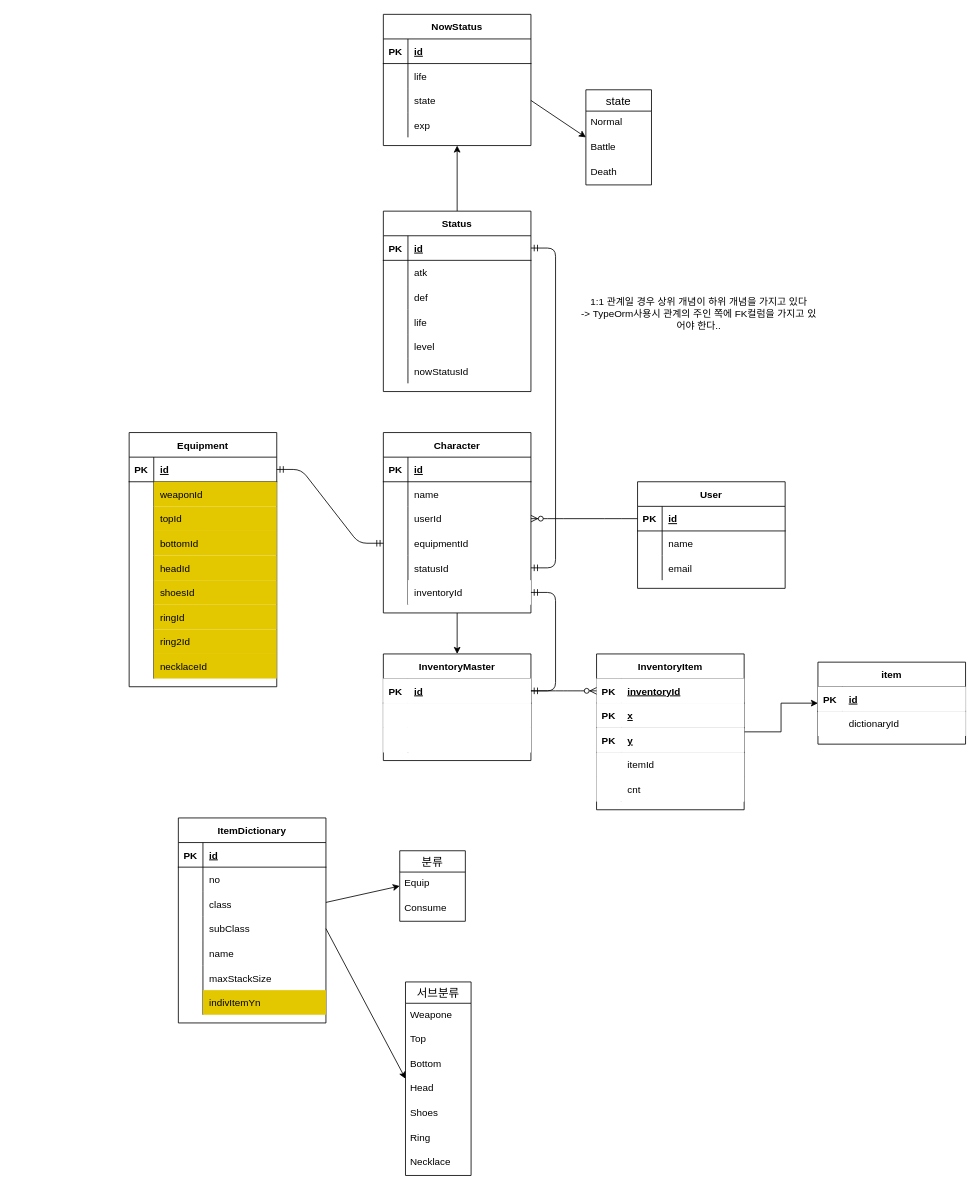
This is page "테이블" (2 of 2) of doc/설계_마인드맵.drawio from tjsahr0099/dev, a draw.io file, before an edit. Source tidied: cells renumbered, new cells numbered last; positions are measured from the earlier drawing's top-left corner, leaving out a move shared by most shapes. Both pictures are drawn from the tidied source at 82%, with x=0, y=0 at pixel (129, 14).
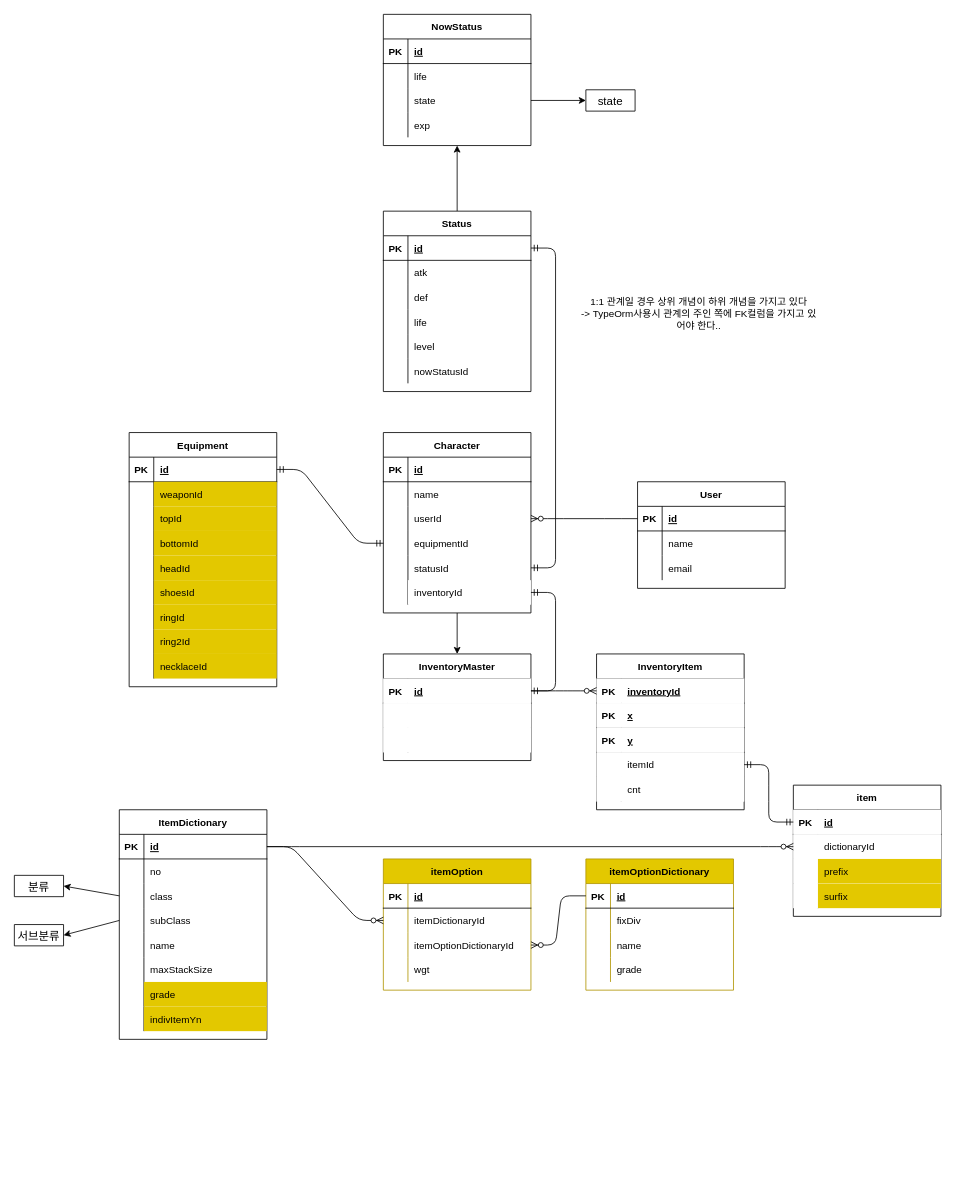
The same page after the edit.

Unchanged cells that the change refers to:
```xml
<mxCell id="113" value="InventoryItem" style="shape=table;startSize=30;childLayout=tableLayout;rowLines=0;fontStyle=1;align=center;" parent="1" vertex="1">
  <mxGeometry x="570" y="780" width="180" height="190" as="geometry" />
</mxCell>
<mxCell id="123" style="shape=partialRectangle;top=0;left=0;bottom=0;right=0;points=[[0,0.5],[1,0.5]];portConstraint=eastwest;" parent="113" vertex="1">
  <mxGeometry y="120" width="180" height="30" as="geometry" />
</mxCell>
<mxCell id="132" style="shape=partialRectangle;fillColor=none;top=0;left=0;bottom=1;right=0;points=[[0,0.5],[1,0.5]];portConstraint=eastwest;" parent="131" vertex="1">
  <mxGeometry y="30" width="180" height="30" as="geometry" />
</mxCell>
<mxCell id="138" style="shape=partialRectangle;fillColor=none;top=0;left=0;bottom=0;right=0;points=[[0,0.5],[1,0.5]];portConstraint=eastwest;" parent="131" vertex="1">
  <mxGeometry y="90" width="180" height="30" as="geometry" />
</mxCell>
<mxCell id="141" style="shape=partialRectangle;fillColor=none;top=0;left=0;bottom=0;right=0;points=[[0,0.5],[1,0.5]];portConstraint=eastwest;" parent="131" vertex="1">
  <mxGeometry y="120" width="180" height="30" as="geometry" />
</mxCell>
<mxCell id="170" style="shape=partialRectangle;top=0;left=0;bottom=0;right=0;points=[[0,0.5],[1,0.5]];portConstraint=eastwest;" parent="166" vertex="1">
  <mxGeometry y="60" width="180" height="30" as="geometry" />
</mxCell>
```

Diff of the diagram source:
```diff
@@
-    <mxCell id="96" value="state" style="swimlane;fontStyle=0;horizontal=1;startSize=26;align=center;fontSize=14;" parent="1" vertex="1">
-      <mxGeometry x="557" y="92" width="80" height="116" as="geometry" />
+    <mxCell id="96" value="state" style="swimlane;fontStyle=0;horizontal=1;startSize=26;align=center;fontSize=14;" parent="1" vertex="1" collapsed="1">
+      <mxGeometry x="557" y="92" width="60" height="26" as="geometry" />
     </mxCell>
-    <mxCell id="97" value="Normal" style="text;strokeColor=none;fillColor=none;spacingLeft=4;spacingRight=4;overflow=hidden;fontSize=12;" parent="96" vertex="1">
-      <mxGeometry y="26" width="80" height="30" as="geometry" />
-    </mxCell>
-    <mxCell id="98" value="Battle" style="text;strokeColor=none;fillColor=none;spacingLeft=4;spacingRight=4;overflow=hidden;fontSize=12;" parent="96" vertex="1">
-      <mxGeometry y="56" width="80" height="30" as="geometry" />
-    </mxCell>
-    <mxCell id="99" value="Death" style="text;strokeColor=none;fillColor=none;spacingLeft=4;spacingRight=4;overflow=hidden;fontSize=12;" parent="96" vertex="1">
-      <mxGeometry y="86" width="80" height="30" as="geometry" />
-    </mxCell>
@@
-    <mxCell id="112" style="edgeStyle=orthogonalEdgeStyle;rounded=0;jettySize=auto;html=1;" parent="1" edge="1" source="113" target="166">
-      <mxGeometry relative="1" as="geometry" />
-    </mxCell>
@@
     <mxCell id="131" value="ItemDictionary" style="shape=table;startSize=30;childLayout=tableLayout;rowLines=0;fontStyle=1;align=center;" parent="1" vertex="1">
-      <mxGeometry x="60" y="980" width="180" height="250" as="geometry" />
+      <mxGeometry x="-12" y="970" width="180" height="280" as="geometry" />
     </mxCell>
@@
+    <mxCell id="173" style="shape=partialRectangle;fillColor=none;top=0;left=0;bottom=0;right=0;" parent="131" vertex="1">
+      <mxGeometry y="180" width="180" height="30" as="geometry" />
+    </mxCell>
+    <mxCell id="174" style="shape=partialRectangle;fillColor=none;top=0;left=0;bottom=0;right=0;overflow=hidden;" parent="173" vertex="1">
+      <mxGeometry width="30" height="30" as="geometry" />
+    </mxCell>
+    <mxCell id="175" value="maxStackSize" style="shape=partialRectangle;fillColor=none;top=0;left=0;bottom=0;right=0;align=left;spacingLeft=6;overflow=hidden;" parent="173" vertex="1">
+      <mxGeometry x="30" width="150" height="30" as="geometry" />
+    </mxCell>
     <mxCell id="147" style="shape=partialRectangle;fillColor=none;top=0;left=0;bottom=0;right=0;" parent="131" vertex="1">
-      <mxGeometry y="180" width="180" height="30" as="geometry" />
+      <mxGeometry y="210" width="180" height="30" as="geometry" />
     </mxCell>
@@
-    <mxCell id="149" value="maxStackSize" style="shape=partialRectangle;fillColor=none;top=0;left=0;bottom=0;right=0;align=left;spacingLeft=6;overflow=hidden;" parent="147" vertex="1">
+    <mxCell id="149" value="grade" style="shape=partialRectangle;fillColor=#e3c800;top=0;left=0;bottom=0;right=0;align=left;spacingLeft=6;overflow=hidden;strokeColor=#B09500;fontColor=#000000;" parent="147" vertex="1">
       <mxGeometry x="30" width="150" height="30" as="geometry" />
     </mxCell>
     <mxCell id="150" style="shape=partialRectangle;fillColor=none;top=0;left=0;bottom=0;right=0;" parent="131" vertex="1">
-      <mxGeometry y="210" width="180" height="30" as="geometry" />
+      <mxGeometry y="240" width="180" height="30" as="geometry" />
     </mxCell>
@@
-    <mxCell id="153" value="분류" style="swimlane;fontStyle=0;horizontal=1;startSize=26;align=center;fontSize=14;" parent="1" vertex="1">
-      <mxGeometry x="330" y="1020" width="80" height="86" as="geometry" />
+    <mxCell id="153" value="분류" style="swimlane;fontStyle=0;horizontal=1;startSize=26;align=center;fontSize=14;" parent="1" vertex="1" collapsed="1">
+      <mxGeometry x="-140" y="1050" width="60" height="26" as="geometry" />
     </mxCell>
-    <mxCell id="154" value="Equip" style="text;strokeColor=none;fillColor=none;spacingLeft=4;spacingRight=4;overflow=hidden;fontSize=12;" parent="153" vertex="1">
-      <mxGeometry y="26" width="80" height="30" as="geometry" />
-    </mxCell>
-    <mxCell id="155" value="Consume" style="text;strokeColor=none;fillColor=none;spacingLeft=4;spacingRight=4;overflow=hidden;fontSize=12;" parent="153" vertex="1">
-      <mxGeometry y="56" width="80" height="30" as="geometry" />
-    </mxCell>
-    <mxCell id="156" style="endArrow=classic;html=1;exitX=1;exitY=0.5;exitDx=0;exitDy=0;entryX=0;entryY=0.5;entryDx=0;entryDy=0;" parent="1" edge="1" target="153">
-      <mxGeometry relative="1" as="geometry">
-        <mxPoint x="240" y="1083" as="sourcePoint" />
-      </mxGeometry>
+    <mxCell id="156" style="endArrow=classic;html=1;exitX=0;exitY=0.5;exitDx=0;exitDy=0;entryX=1;entryY=0.5;entryDx=0;entryDy=0;" parent="1" edge="1" source="138" target="153">
+      <mxGeometry relative="1" as="geometry" />
     </mxCell>
-    <mxCell id="157" value="서브분류" style="swimlane;fontStyle=0;horizontal=1;startSize=26;align=center;fontSize=14;" parent="1" vertex="1">
-      <mxGeometry x="337" y="1180" width="80" height="236" as="geometry" />
+    <mxCell id="157" value="서브분류" style="swimlane;fontStyle=0;horizontal=1;startSize=26;align=center;fontSize=14;" parent="1" vertex="1" collapsed="1">
+      <mxGeometry x="-140" y="1110" width="60" height="26" as="geometry" />
     </mxCell>
-    <mxCell id="158" value="Weapone" style="text;strokeColor=none;fillColor=none;spacingLeft=4;spacingRight=4;overflow=hidden;fontSize=12;" parent="157" vertex="1">
-      <mxGeometry y="26" width="80" height="30" as="geometry" />
-    </mxCell>
-    <mxCell id="159" value="Top" style="text;strokeColor=none;fillColor=none;spacingLeft=4;spacingRight=4;overflow=hidden;fontSize=12;" parent="157" vertex="1">
-      <mxGeometry y="56" width="80" height="30" as="geometry" />
-    </mxCell>
-    <mxCell id="160" value="Bottom" style="text;strokeColor=none;fillColor=none;spacingLeft=4;spacingRight=4;overflow=hidden;fontSize=12;" parent="157" vertex="1">
-      <mxGeometry y="86" width="80" height="30" as="geometry" />
-    </mxCell>
-    <mxCell id="161" value="Head" style="text;strokeColor=none;fillColor=none;spacingLeft=4;spacingRight=4;overflow=hidden;fontSize=12;" parent="157" vertex="1">
-      <mxGeometry y="116" width="80" height="30" as="geometry" />
-    </mxCell>
-    <mxCell id="162" value="Shoes" style="text;strokeColor=none;fillColor=none;spacingLeft=4;spacingRight=4;overflow=hidden;fontSize=12;" parent="157" vertex="1">
-      <mxGeometry y="146" width="80" height="30" as="geometry" />
-    </mxCell>
-    <mxCell id="163" value="Ring" style="text;strokeColor=none;fillColor=none;spacingLeft=4;spacingRight=4;overflow=hidden;fontSize=12;" parent="157" vertex="1">
-      <mxGeometry y="176" width="80" height="30" as="geometry" />
-    </mxCell>
-    <mxCell id="164" value="Necklace" style="text;strokeColor=none;fillColor=none;spacingLeft=4;spacingRight=4;overflow=hidden;fontSize=12;" parent="157" vertex="1">
-      <mxGeometry y="206" width="80" height="30" as="geometry" />
-    </mxCell>
-    <mxCell id="165" style="endArrow=classic;html=1;exitX=1;exitY=0.5;exitDx=0;exitDy=0;entryX=0;entryY=0.5;entryDx=0;entryDy=0;" parent="1" edge="1" source="141" target="157">
+    <mxCell id="165" style="endArrow=classic;html=1;exitX=0;exitY=0.5;exitDx=0;exitDy=0;entryX=1;entryY=0.5;entryDx=0;entryDy=0;" parent="1" edge="1" source="141" target="157">
       <mxGeometry relative="1" as="geometry" />
     </mxCell>
     <mxCell id="166" value="item" style="shape=table;startSize=30;childLayout=tableLayout;rowLines=0;fontStyle=1;align=center;" parent="1" vertex="1">
-      <mxGeometry x="840" y="790" width="180" height="100" as="geometry" />
+      <mxGeometry x="810" y="940" width="180" height="160" as="geometry" />
     </mxCell>
@@
+    <mxCell id="176" style="shape=partialRectangle;top=0;left=0;bottom=0;right=0;" parent="166" vertex="1">
+      <mxGeometry y="90" width="180" height="30" as="geometry" />
+    </mxCell>
+    <mxCell id="177" style="shape=partialRectangle;top=0;left=0;bottom=0;right=0;overflow=hidden;" parent="176" vertex="1">
+      <mxGeometry width="30" height="30" as="geometry" />
+    </mxCell>
+    <mxCell id="178" value="prefix" style="shape=partialRectangle;top=0;left=0;bottom=0;right=0;align=left;spacingLeft=6;overflow=hidden;fillColor=#e3c800;strokeColor=#B09500;fontColor=#000000;" parent="176" vertex="1">
+      <mxGeometry x="30" width="150" height="30" as="geometry" />
+    </mxCell>
+    <mxCell id="179" style="shape=partialRectangle;top=0;left=0;bottom=0;right=0;" parent="166" vertex="1">
+      <mxGeometry y="120" width="180" height="30" as="geometry" />
+    </mxCell>
+    <mxCell id="180" style="shape=partialRectangle;top=0;left=0;bottom=0;right=0;overflow=hidden;" parent="179" vertex="1">
+      <mxGeometry width="30" height="30" as="geometry" />
+    </mxCell>
+    <mxCell id="181" value="surfix" style="shape=partialRectangle;top=0;left=0;bottom=0;right=0;align=left;spacingLeft=6;overflow=hidden;fillColor=#e3c800;strokeColor=#B09500;fontColor=#000000;" parent="179" vertex="1">
+      <mxGeometry x="30" width="150" height="30" as="geometry" />
+    </mxCell>
+    <mxCell id="182" value="itemOption" style="shape=table;startSize=30;childLayout=tableLayout;rowLines=0;fontStyle=1;align=center;fillColor=#e3c800;strokeColor=#B09500;fontColor=#000000;" parent="1" vertex="1">
+      <mxGeometry x="310" y="1030" width="180" height="160" as="geometry" />
+    </mxCell>
+    <mxCell id="183" style="shape=partialRectangle;fillColor=none;top=0;left=0;bottom=1;right=0;" parent="182" vertex="1">
+      <mxGeometry y="30" width="180" height="30" as="geometry" />
+    </mxCell>
+    <mxCell id="184" value="PK" style="shape=partialRectangle;fillColor=none;top=0;left=0;bottom=0;right=0;fontStyle=1;overflow=hidden;" parent="183" vertex="1">
+      <mxGeometry width="30" height="30" as="geometry" />
+    </mxCell>
+    <mxCell id="185" value="id" style="shape=partialRectangle;fillColor=none;top=0;left=0;bottom=0;right=0;align=left;spacingLeft=6;fontStyle=5;overflow=hidden;" parent="183" vertex="1">
+      <mxGeometry x="30" width="150" height="30" as="geometry" />
+    </mxCell>
+    <mxCell id="186" style="shape=partialRectangle;fillColor=none;top=0;left=0;bottom=0;right=0;points=[[0,0.5],[1,0.5]];portConstraint=eastwest;" parent="182" vertex="1">
+      <mxGeometry y="60" width="180" height="30" as="geometry" />
+    </mxCell>
+    <mxCell id="187" style="shape=partialRectangle;fillColor=none;top=0;left=0;bottom=0;right=0;overflow=hidden;" parent="186" vertex="1">
+      <mxGeometry width="30" height="30" as="geometry" />
+    </mxCell>
+    <mxCell id="188" value="itemDictionaryId" style="shape=partialRectangle;fillColor=none;top=0;left=0;bottom=0;right=0;align=left;spacingLeft=6;overflow=hidden;" parent="186" vertex="1">
+      <mxGeometry x="30" width="150" height="30" as="geometry" />
+    </mxCell>
+    <mxCell id="189" style="shape=partialRectangle;fillColor=none;top=0;left=0;bottom=0;right=0;points=[[0,0.5],[1,0.5]];portConstraint=eastwest;" parent="182" vertex="1">
+      <mxGeometry y="90" width="180" height="30" as="geometry" />
+    </mxCell>
+    <mxCell id="190" style="shape=partialRectangle;fillColor=none;top=0;left=0;bottom=0;right=0;overflow=hidden;" parent="189" vertex="1">
+      <mxGeometry width="30" height="30" as="geometry" />
+    </mxCell>
+    <mxCell id="191" value="itemOptionDictionaryId" style="shape=partialRectangle;fillColor=none;top=0;left=0;bottom=0;right=0;align=left;spacingLeft=6;overflow=hidden;" parent="189" vertex="1">
+      <mxGeometry x="30" width="150" height="30" as="geometry" />
+    </mxCell>
+    <mxCell id="192" style="shape=partialRectangle;fillColor=none;top=0;left=0;bottom=0;right=0;" parent="182" vertex="1">
+      <mxGeometry y="120" width="180" height="30" as="geometry" />
+    </mxCell>
+    <mxCell id="193" style="shape=partialRectangle;fillColor=none;top=0;left=0;bottom=0;right=0;overflow=hidden;" parent="192" vertex="1">
+      <mxGeometry width="30" height="30" as="geometry" />
+    </mxCell>
+    <mxCell id="194" value="wgt" style="shape=partialRectangle;fillColor=none;top=0;left=0;bottom=0;right=0;align=left;spacingLeft=6;overflow=hidden;" parent="192" vertex="1">
+      <mxGeometry x="30" width="150" height="30" as="geometry" />
+    </mxCell>
+    <mxCell id="195" value="itemOptionDictionary" style="shape=table;startSize=30;childLayout=tableLayout;rowLines=0;fontStyle=1;align=center;fillColor=#e3c800;strokeColor=#B09500;fontColor=#000000;" parent="1" vertex="1">
+      <mxGeometry x="557" y="1030" width="180" height="160" as="geometry" />
+    </mxCell>
+    <mxCell id="196" style="shape=partialRectangle;fillColor=none;top=0;left=0;bottom=1;right=0;points=[[0,0.5],[1,0.5]];portConstraint=eastwest;" parent="195" vertex="1">
+      <mxGeometry y="30" width="180" height="30" as="geometry" />
+    </mxCell>
+    <mxCell id="197" value="PK" style="shape=partialRectangle;fillColor=none;top=0;left=0;bottom=0;right=0;fontStyle=1;overflow=hidden;" parent="196" vertex="1">
+      <mxGeometry width="30" height="30" as="geometry" />
+    </mxCell>
+    <mxCell id="198" value="id" style="shape=partialRectangle;fillColor=none;top=0;left=0;bottom=0;right=0;align=left;spacingLeft=6;fontStyle=5;overflow=hidden;" parent="196" vertex="1">
+      <mxGeometry x="30" width="150" height="30" as="geometry" />
+    </mxCell>
+    <mxCell id="199" style="shape=partialRectangle;fillColor=none;top=0;left=0;bottom=0;right=0;" parent="195" vertex="1">
+      <mxGeometry y="60" width="180" height="30" as="geometry" />
+    </mxCell>
+    <mxCell id="200" style="shape=partialRectangle;fillColor=none;top=0;left=0;bottom=0;right=0;overflow=hidden;" parent="199" vertex="1">
+      <mxGeometry width="30" height="30" as="geometry" />
+    </mxCell>
+    <mxCell id="201" value="fixDiv" style="shape=partialRectangle;fillColor=none;top=0;left=0;bottom=0;right=0;align=left;spacingLeft=6;overflow=hidden;" parent="199" vertex="1">
+      <mxGeometry x="30" width="150" height="30" as="geometry" />
+    </mxCell>
+    <mxCell id="202" style="shape=partialRectangle;fillColor=none;top=0;left=0;bottom=0;right=0;" parent="195" vertex="1">
+      <mxGeometry y="90" width="180" height="30" as="geometry" />
+    </mxCell>
+    <mxCell id="203" style="shape=partialRectangle;fillColor=none;top=0;left=0;bottom=0;right=0;overflow=hidden;" parent="202" vertex="1">
+      <mxGeometry width="30" height="30" as="geometry" />
+    </mxCell>
+    <mxCell id="204" value="name" style="shape=partialRectangle;fillColor=none;top=0;left=0;bottom=0;right=0;align=left;spacingLeft=6;overflow=hidden;" parent="202" vertex="1">
+      <mxGeometry x="30" width="150" height="30" as="geometry" />
+    </mxCell>
+    <mxCell id="205" style="shape=partialRectangle;fillColor=none;top=0;left=0;bottom=0;right=0;" parent="195" vertex="1">
+      <mxGeometry y="120" width="180" height="30" as="geometry" />
+    </mxCell>
+    <mxCell id="206" style="shape=partialRectangle;fillColor=none;top=0;left=0;bottom=0;right=0;overflow=hidden;" parent="205" vertex="1">
+      <mxGeometry width="30" height="30" as="geometry" />
+    </mxCell>
+    <mxCell id="207" value="grade" style="shape=partialRectangle;fillColor=none;top=0;left=0;bottom=0;right=0;align=left;spacingLeft=6;overflow=hidden;" parent="205" vertex="1">
+      <mxGeometry x="30" width="150" height="30" as="geometry" />
+    </mxCell>
+    <mxCell id="208" style="edgeStyle=entityRelationEdgeStyle;fontSize=12;html=1;endArrow=ERzeroToMany;endFill=1;exitX=0;exitY=0.5;exitDx=0;exitDy=0;entryX=1;entryY=0.5;entryDx=0;entryDy=0;" parent="1" edge="1" source="196" target="189">
+      <mxGeometry relative="1" as="geometry" />
+    </mxCell>
+    <mxCell id="209" style="edgeStyle=entityRelationEdgeStyle;fontSize=12;html=1;endArrow=ERzeroToMany;endFill=1;exitX=1;exitY=0.5;exitDx=0;exitDy=0;entryX=0;entryY=0.5;entryDx=0;entryDy=0;" parent="1" edge="1" source="132" target="186">
+      <mxGeometry relative="1" as="geometry" />
+    </mxCell>
+    <mxCell id="210" style="edgeStyle=entityRelationEdgeStyle;fontSize=12;html=1;endArrow=ERzeroToMany;endFill=1;exitX=1;exitY=0.5;exitDx=0;exitDy=0;entryX=0;entryY=0.5;entryDx=0;entryDy=0;" parent="1" edge="1" source="132" target="170">
+      <mxGeometry relative="1" as="geometry" />
+    </mxCell>
+    <mxCell id="211" style="edgeStyle=entityRelationEdgeStyle;fontSize=12;html=1;endArrow=ERmandOne;startArrow=ERmandOne;exitX=1;exitY=0.5;exitDx=0;exitDy=0;" parent="1" edge="1" source="123">
+      <mxGeometry relative="1" as="geometry">
+        <mxPoint x="810" y="985" as="targetPoint" />
+      </mxGeometry>
+    </mxCell>
```
